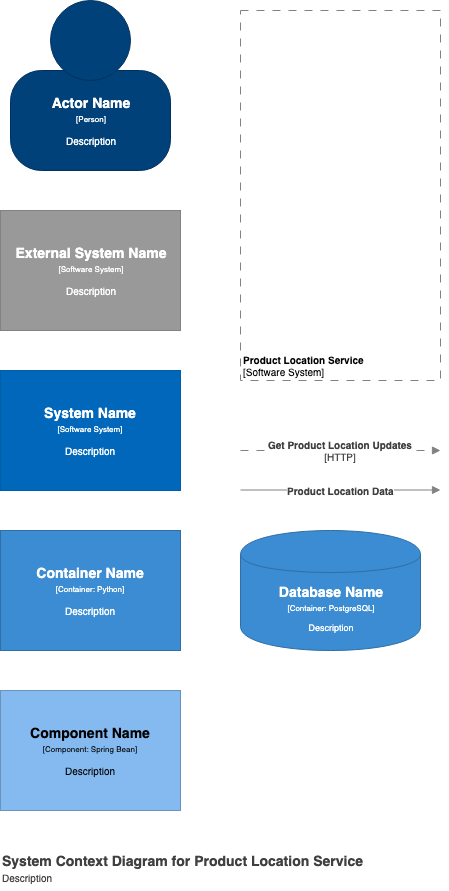
Before: C4.drawio.png, a diagram exported from draw.io (kaminzo/c4-draw.io). Source tidied: cells renumbered, new cells last; positions are measured from the earlier drawing's top-left corner, leaving out a move shared by most shapes.
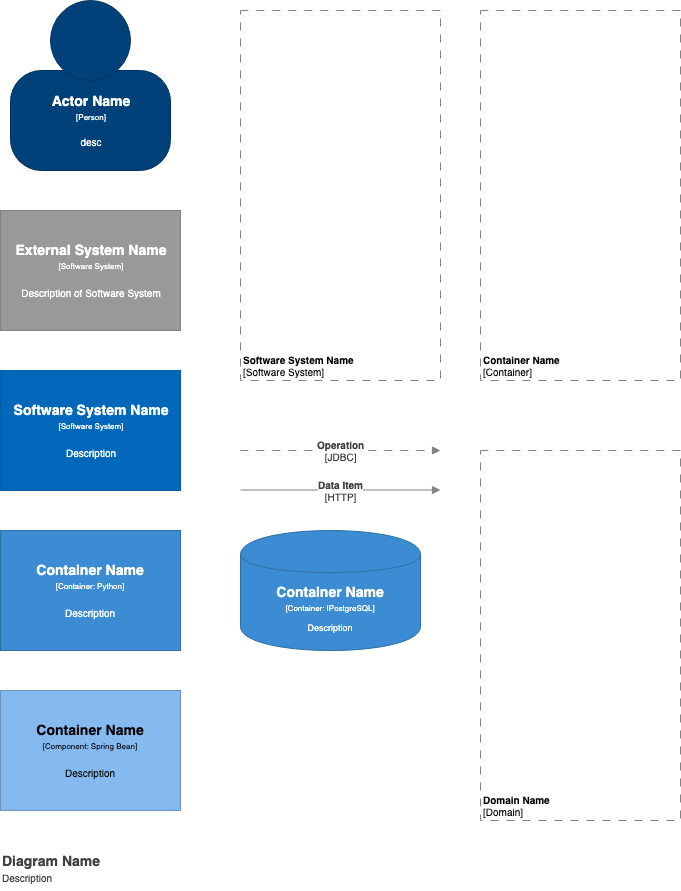
Above is the later version.

The edit, as a diff of the source:
```diff
@@ -2,47 +2,79 @@
   <root>
     <mxCell id="0" />
     <mxCell id="1" parent="0" />
-    <mxCell id="2" value="&lt;div&gt;&lt;span style=&quot;font-size: 14px&quot;&gt;&lt;b&gt;System Name&lt;/b&gt;&lt;/span&gt;&lt;/div&gt;&lt;div&gt;&lt;font style=&quot;font-size: 8px&quot;&gt;[Software System]&lt;/font&gt;&lt;/div&gt;&lt;div style=&quot;font-size: 8px&quot;&gt;&lt;font style=&quot;font-size: 8px ; line-height: 120%&quot;&gt;&lt;br&gt;&lt;/font&gt;&lt;/div&gt;&lt;div&gt;&lt;font size=&quot;1&quot;&gt;Description&lt;/font&gt;&lt;/div&gt;" style="rounded=0;whiteSpace=wrap;html=1;fillColor=#0067BA;fontColor=#FFFFFF;strokeColor=#005DA8;" parent="1" vertex="1">
-      <mxGeometry y="370" width="180" height="120" as="geometry" />
-    </mxCell>
-    <mxCell id="3" value="&lt;div&gt;&lt;span style=&quot;font-size: 14px&quot;&gt;&lt;b&gt;External System Name&lt;/b&gt;&lt;/span&gt;&lt;/div&gt;&lt;div&gt;&lt;font style=&quot;font-size: 8px&quot;&gt;[Software System]&lt;/font&gt;&lt;/div&gt;&lt;div style=&quot;font-size: 8px&quot;&gt;&lt;font style=&quot;font-size: 8px ; line-height: 120%&quot;&gt;&lt;br&gt;&lt;/font&gt;&lt;/div&gt;&lt;div&gt;&lt;font size=&quot;1&quot;&gt;Description&lt;/font&gt;&lt;/div&gt;" style="rounded=0;whiteSpace=wrap;html=1;fillColor=#999999;fontColor=#FFFFFF;strokeColor=#828282;" parent="1" vertex="1">
-      <mxGeometry y="210" width="180" height="120" as="geometry" />
-    </mxCell>
-    <mxCell id="4" value="&lt;div&gt;&lt;span style=&quot;font-size: 14px&quot;&gt;&lt;b&gt;Container Name&lt;/b&gt;&lt;/span&gt;&lt;/div&gt;&lt;div&gt;&lt;font style=&quot;font-size: 8px&quot;&gt;[Container: Python]&lt;/font&gt;&lt;/div&gt;&lt;div style=&quot;font-size: 8px&quot;&gt;&lt;font style=&quot;font-size: 8px ; line-height: 120%&quot;&gt;&lt;br&gt;&lt;/font&gt;&lt;/div&gt;&lt;div&gt;&lt;font size=&quot;1&quot;&gt;Description&lt;/font&gt;&lt;/div&gt;" style="rounded=0;whiteSpace=wrap;html=1;fillColor=#3B8CD2;fontColor=#FFFFFF;strokeColor=#2F6FA6;" parent="1" vertex="1">
-      <mxGeometry y="530" width="180" height="120" as="geometry" />
-    </mxCell>
-    <mxCell id="5" value="&lt;div&gt;&lt;span style=&quot;font-size: 14px&quot;&gt;&lt;b&gt;Component Name&lt;/b&gt;&lt;/span&gt;&lt;/div&gt;&lt;div&gt;&lt;font style=&quot;font-size: 8px&quot;&gt;[Component: Spring Bean]&lt;/font&gt;&lt;/div&gt;&lt;div style=&quot;font-size: 8px&quot;&gt;&lt;font style=&quot;font-size: 8px ; line-height: 120%&quot;&gt;&lt;br&gt;&lt;/font&gt;&lt;/div&gt;&lt;div&gt;&lt;font size=&quot;1&quot;&gt;Description&lt;/font&gt;&lt;/div&gt;" style="rounded=0;whiteSpace=wrap;html=1;fillColor=#85baf0;fontColor=#000000;strokeColor=#6992BD;" parent="1" vertex="1">
-      <mxGeometry y="690" width="180" height="120" as="geometry" />
-    </mxCell>
-    <mxCell id="6" style="group;" parent="1" vertex="1">
-      <mxGeometry x="10" width="160" height="170" as="geometry" />
-    </mxCell>
+    <object id="6" label="" instruction="edit data of the lower shape within the group" placeholders="1">
+      <mxCell style="group;" parent="1" vertex="1">
+        <mxGeometry x="10" width="160" height="170" as="geometry" />
+      </mxCell>
+    </object>
-    <mxCell id="7" value="&lt;div style=&quot;color: rgb(255 , 255 , 255) ; white-space: normal&quot;&gt;&lt;span style=&quot;font-size: 14px&quot;&gt;&lt;b&gt;Actor Name&lt;/b&gt;&lt;/span&gt;&lt;/div&gt;&lt;div style=&quot;color: rgb(255 , 255 , 255) ; white-space: normal&quot;&gt;&lt;font style=&quot;font-size: 8px&quot;&gt;[Person]&lt;/font&gt;&lt;/div&gt;&lt;div style=&quot;color: rgb(255 , 255 , 255) ; white-space: normal ; font-size: 8px&quot;&gt;&lt;font style=&quot;line-height: 9.6px&quot;&gt;&lt;br&gt;&lt;/font&gt;&lt;/div&gt;&lt;div style=&quot;color: rgb(255 , 255 , 255) ; white-space: normal&quot;&gt;&lt;font size=&quot;1&quot;&gt;Description&lt;/font&gt;&lt;/div&gt;" style="rounded=1;whiteSpace=wrap;html=1;strokeColor=#00315C;fillColor=#004179;fontColor=#000000;arcSize=31;" parent="6" vertex="1">
-      <mxGeometry y="70" width="160" height="100" as="geometry" />
-    </mxCell>
+    <object id="7" label="&lt;div style=&quot;color: rgb(255 , 255 , 255) ; white-space: normal&quot;&gt;&lt;span style=&quot;font-size: 14px&quot;&gt;&lt;b&gt;%name%&lt;/b&gt;&lt;/span&gt;&lt;/div&gt;&lt;div style=&quot;color: rgb(255 , 255 , 255) ; white-space: normal&quot;&gt;&lt;font style=&quot;font-size: 8px&quot;&gt;[Person]&lt;/font&gt;&lt;/div&gt;&lt;div style=&quot;color: rgb(255 , 255 , 255) ; white-space: normal ; font-size: 8px&quot;&gt;&lt;span style=&quot;font-size: x-small&quot;&gt;&lt;br&gt;&lt;/span&gt;&lt;/div&gt;&lt;div style=&quot;color: rgb(255 , 255 , 255) ; white-space: normal&quot;&gt;&lt;font size=&quot;1&quot;&gt;desc&lt;/font&gt;&lt;/div&gt;" description="Description" name="Actor Name" placeholders="1">
+      <mxCell style="rounded=1;whiteSpace=wrap;html=1;strokeColor=#00315C;fillColor=#004179;fontColor=#000000;arcSize=31;" parent="6" vertex="1">
+        <mxGeometry y="70" width="160" height="100" as="geometry" />
+      </mxCell>
+    </object>
     <mxCell id="8" style="ellipse;whiteSpace=wrap;html=1;strokeColor=#00315C;fillColor=#004179;fontColor=#000000;" parent="6" vertex="1">
       <mxGeometry x="40" width="80" height="80" as="geometry" />
     </mxCell>
-    <mxCell id="9" value="&lt;font style=&quot;font-size: 10px;&quot;&gt;&lt;b style=&quot;font-size: 10px;&quot;&gt;Product Location Service&lt;/b&gt;&lt;br style=&quot;font-size: 10px;&quot;&gt;[Software System]&lt;/font&gt;" style="rounded=0;whiteSpace=wrap;html=1;strokeColor=#828282;fillColor=none;fontColor=#000000;align=left;labelPosition=center;verticalLabelPosition=middle;verticalAlign=bottom;dashed=1;strokeWidth=1;perimeterSpacing=0;spacing=2;spacingTop=0;fontSize=10;dashPattern=8 8;" parent="1" vertex="1">
-      <mxGeometry x="240" y="10" width="200" height="370" as="geometry" />
-    </mxCell>
+    <object id="9" label="&lt;font style=&quot;font-size: 10px&quot;&gt;&lt;b&gt;%name%&lt;/b&gt;&lt;br style=&quot;font-size: 10px&quot;&gt;[Software System]&lt;/font&gt;" name="Software System Name" placeholders="1">
+      <mxCell style="rounded=0;whiteSpace=wrap;html=1;strokeColor=#828282;fillColor=none;fontColor=#000000;align=left;labelPosition=center;verticalLabelPosition=middle;verticalAlign=bottom;dashed=1;strokeWidth=1;perimeterSpacing=0;spacing=2;spacingTop=0;fontSize=10;dashPattern=8 8;" parent="1" vertex="1">
+        <mxGeometry x="240" y="10" width="200" height="370" as="geometry" />
+      </mxCell>
+    </object>
-    <mxCell id="10" value="&lt;div style=&quot;color: rgb(255 , 255 , 255) ; font-size: 12px ; white-space: normal&quot;&gt;&lt;b&gt;&lt;font style=&quot;font-size: 14px&quot;&gt;Database Name&lt;/font&gt;&lt;/b&gt;&lt;/div&gt;&lt;div style=&quot;color: rgb(255 , 255 , 255) ; font-size: 12px ; white-space: normal&quot;&gt;&lt;font style=&quot;font-size: 8px&quot;&gt;[Container: PostgreSQL]&lt;/font&gt;&lt;/div&gt;&lt;div style=&quot;color: rgb(255 , 255 , 255) ; white-space: normal ; font-size: 8px&quot;&gt;&lt;font style=&quot;line-height: 9.6px&quot;&gt;&lt;br&gt;&lt;/font&gt;&lt;/div&gt;&lt;div style=&quot;color: rgb(255 , 255 , 255) ; white-space: normal&quot;&gt;Description&lt;/div&gt;" style="shape=cylinder;whiteSpace=wrap;html=1;boundedLbl=1;backgroundOutline=1;strokeColor=#2F6FA6;strokeWidth=1;fillColor=#3B8CD2;fontSize=9;fontColor=#000000;align=center;" parent="1" vertex="1">
-      <mxGeometry x="240" y="530" width="180" height="120" as="geometry" />
-    </mxCell>
+    <object id="10" label="&lt;div style=&quot;color: rgb(255 , 255 , 255) ; white-space: normal&quot;&gt;&lt;span style=&quot;font-size: 14px&quot;&gt;&lt;b&gt;%name%&lt;/b&gt;&lt;/span&gt;&lt;/div&gt;&lt;div style=&quot;color: rgb(255 , 255 , 255) ; font-size: 12px ; white-space: normal&quot;&gt;&lt;font style=&quot;font-size: 8px&quot;&gt;[Container: %technology%]&lt;/font&gt;&lt;/div&gt;&lt;div style=&quot;color: rgb(255 , 255 , 255) ; white-space: normal ; font-size: 8px&quot;&gt;&lt;font style=&quot;line-height: 9.6px&quot;&gt;&lt;br&gt;&lt;/font&gt;&lt;/div&gt;&lt;div style=&quot;color: rgb(255 , 255 , 255) ; white-space: normal&quot;&gt;%description%&lt;/div&gt;" description="Description" name="Container Name" placeholders="1" technology="|PostgreSQL">
+      <mxCell style="shape=cylinder;whiteSpace=wrap;html=1;boundedLbl=1;backgroundOutline=1;strokeColor=#2F6FA6;strokeWidth=1;fillColor=#3B8CD2;fontSize=9;fontColor=#000000;align=center;" parent="1" vertex="1">
+        <mxGeometry x="240" y="530" width="180" height="120" as="geometry" />
+      </mxCell>
+    </object>
-    <mxCell id="11" value="&lt;b style=&quot;font-size: 10px;&quot;&gt;Get Product Location Updates&lt;/b&gt;&lt;br style=&quot;font-size: 10px;&quot;&gt;[HTTP]" style="endArrow=block;html=1;fontSize=10;fontColor=#404040;strokeWidth=1;endFill=1;dashed=1;dashPattern=8 8;strokeColor=#828282;elbow=vertical;" parent="1" edge="1">
-      <mxGeometry relative="1" as="geometry">
-        <mxPoint x="240" y="450" as="sourcePoint" />
-        <mxPoint x="440" y="450" as="targetPoint" />
-      </mxGeometry>
-    </mxCell>
+    <object id="11" label="&lt;b&gt;%name%&lt;/b&gt;&lt;br style=&quot;font-size: 10px&quot;&gt;[%technology%]" name="Operation" placeholders="1" technology="JDBC">
+      <mxCell style="endArrow=block;html=1;fontSize=10;fontColor=#404040;strokeWidth=1;endFill=1;dashed=1;dashPattern=8 8;strokeColor=#828282;elbow=vertical;" parent="1" edge="1">
+        <mxGeometry relative="1" as="geometry">
+          <mxPoint x="240" y="450" as="sourcePoint" />
+          <mxPoint x="440" y="450" as="targetPoint" />
+        </mxGeometry>
+      </mxCell>
+    </object>
-    <mxCell id="12" value="&lt;b style=&quot;font-size: 10px&quot;&gt;Product Location Data&lt;/b&gt;" style="endArrow=block;html=1;fontSize=10;fontColor=#404040;strokeWidth=1;endFill=1;strokeColor=#828282;elbow=vertical;" parent="1" edge="1">
-      <mxGeometry relative="1" as="geometry">
-        <mxPoint x="240" y="489.5" as="sourcePoint" />
-        <mxPoint x="440" y="489.5" as="targetPoint" />
-      </mxGeometry>
-    </mxCell>
+    <object id="12" label="&lt;span style=&quot;font-size: 10px&quot;&gt;&lt;b&gt;%name%&lt;/b&gt;&lt;br&gt;[%technology%]&lt;br&gt;&lt;/span&gt;" name="Data Item" placeholders="1" technology="HTTP">
+      <mxCell style="endArrow=block;html=1;fontSize=10;fontColor=#404040;strokeWidth=1;endFill=1;strokeColor=#828282;elbow=vertical;" parent="1" edge="1">
+        <mxGeometry relative="1" as="geometry">
+          <mxPoint x="240" y="489.5" as="sourcePoint" />
+          <mxPoint x="440" y="489.5" as="targetPoint" />
+        </mxGeometry>
+      </mxCell>
+    </object>
-    <mxCell id="13" value="System Context Diagram for Product Location Service&lt;br style=&quot;font-size: 10px&quot;&gt;&lt;font size=&quot;1&quot; style=&quot;font-weight: normal&quot;&gt;Description&lt;/font&gt;" style="text;html=1;align=left;verticalAlign=top;spacingTop=-4;fontSize=14;fontColor=#404040;fontStyle=1;" parent="1" vertex="1">
-      <mxGeometry y="850" width="350" height="40" as="geometry" />
-    </mxCell>
+    <object id="13" label="%name%&lt;br style=&quot;font-size: 10px&quot;&gt;&lt;font size=&quot;1&quot;&gt;&lt;span style=&quot;font-weight: 400&quot;&gt;%description%&lt;/span&gt;&lt;/font&gt;" description="Description" name="Diagram Name" placeholders="1">
+      <mxCell style="text;html=1;align=left;verticalAlign=top;spacingTop=-4;fontSize=14;fontColor=#404040;fontStyle=1;" parent="1" vertex="1">
+        <mxGeometry y="850" width="110" height="40" as="geometry" />
+      </mxCell>
+    </object>
+    <object id="14" label="&lt;div&gt;&lt;span style=&quot;font-size: 14px&quot;&gt;&lt;b&gt;%name%&lt;/b&gt;&lt;/span&gt;&lt;/div&gt;&lt;div&gt;&lt;span style=&quot;font-size: 8px&quot;&gt;[Software System&lt;/span&gt;&lt;span style=&quot;font-size: 8px&quot;&gt;]&lt;/span&gt;&lt;/div&gt;&lt;div&gt;&lt;span style=&quot;font-size: 8px&quot;&gt;&lt;br&gt;&lt;/span&gt;&lt;/div&gt;&lt;div&gt;&lt;font size=&quot;1&quot;&gt;%description%&lt;/font&gt;&lt;/div&gt;" description="Description of Software System" name="External System Name" placeholders="1">
+      <mxCell style="rounded=0;whiteSpace=wrap;html=1;fillColor=#999999;fontColor=#FFFFFF;strokeColor=#828282;" parent="1" vertex="1">
+        <mxGeometry y="210" width="180" height="120" as="geometry" />
+      </mxCell>
+    </object>
+    <object id="15" label="&lt;div&gt;&lt;span style=&quot;font-size: 14px&quot;&gt;&lt;b&gt;%name%&lt;/b&gt;&lt;/span&gt;&lt;/div&gt;&lt;div&gt;&lt;span style=&quot;font-size: 8px&quot;&gt;[Software System]&lt;/span&gt;&lt;/div&gt;&lt;div&gt;&lt;span style=&quot;font-size: 8px&quot;&gt;&lt;br&gt;&lt;/span&gt;&lt;/div&gt;&lt;div&gt;&lt;font size=&quot;1&quot;&gt;%description%&lt;/font&gt;&lt;/div&gt;" description="Description" name="Software System Name" placeholders="1">
+      <mxCell style="rounded=0;whiteSpace=wrap;html=1;fillColor=#0067BA;fontColor=#FFFFFF;strokeColor=#005DA8;" parent="1" vertex="1">
+        <mxGeometry y="370" width="180" height="120" as="geometry" />
+      </mxCell>
+    </object>
+    <object id="16" label="&lt;div&gt;&lt;span style=&quot;font-size: 14px&quot;&gt;&lt;b&gt;%name%&lt;/b&gt;&lt;/span&gt;&lt;/div&gt;&lt;div&gt;&lt;span style=&quot;font-size: 8px&quot;&gt;[Container: %technology%]&lt;/span&gt;&lt;/div&gt;&lt;div&gt;&lt;span style=&quot;font-size: 8px&quot;&gt;&lt;br&gt;&lt;/span&gt;&lt;/div&gt;&lt;div&gt;&lt;font size=&quot;1&quot;&gt;%description%&lt;/font&gt;&lt;/div&gt;" description="Description" name="Container Name" placeholders="1" technology="Python">
+      <mxCell style="rounded=0;whiteSpace=wrap;html=1;fillColor=#3B8CD2;fontColor=#FFFFFF;strokeColor=#2F6FA6;" parent="1" vertex="1">
+        <mxGeometry y="530" width="180" height="120" as="geometry" />
+      </mxCell>
+    </object>
+    <object id="17" label="&lt;div&gt;&lt;span style=&quot;font-size: 14px&quot;&gt;&lt;b&gt;%name%&lt;/b&gt;&lt;/span&gt;&lt;/div&gt;&lt;div&gt;&lt;span style=&quot;font-size: 8px&quot;&gt;[Component: %technology%]&lt;/span&gt;&lt;/div&gt;&lt;div&gt;&lt;span style=&quot;font-size: 8px&quot;&gt;&lt;br&gt;&lt;/span&gt;&lt;/div&gt;&lt;div&gt;&lt;font size=&quot;1&quot;&gt;%description%&lt;/font&gt;&lt;/div&gt;" description="Description" name="Container Name" placeholders="1" technology="Spring Bean">
+      <mxCell style="rounded=0;whiteSpace=wrap;html=1;fillColor=#85baf0;fontColor=#000000;strokeColor=#6992BD;" parent="1" vertex="1">
+        <mxGeometry y="690" width="180" height="120" as="geometry" />
+      </mxCell>
+    </object>
+    <object id="18" label="&lt;font style=&quot;font-size: 10px&quot;&gt;&lt;b&gt;%name%&lt;/b&gt;&lt;br style=&quot;font-size: 10px&quot;&gt;[Container]&lt;/font&gt;" name="Container Name" placeholders="1">
+      <mxCell style="rounded=0;whiteSpace=wrap;html=1;strokeColor=#828282;fillColor=none;fontColor=#000000;align=left;labelPosition=center;verticalLabelPosition=middle;verticalAlign=bottom;dashed=1;strokeWidth=1;perimeterSpacing=0;spacing=2;spacingTop=0;fontSize=10;dashPattern=8 8;" parent="1" vertex="1">
+        <mxGeometry x="480" y="10" width="200" height="370" as="geometry" />
+      </mxCell>
+    </object>
+    <object id="19" label="&lt;font style=&quot;font-size: 10px&quot;&gt;&lt;b&gt;%name%&lt;/b&gt;&lt;br style=&quot;font-size: 10px&quot;&gt;[Domain]&lt;/font&gt;" name="Domain Name" placeholders="1">
+      <mxCell style="rounded=0;whiteSpace=wrap;html=1;strokeColor=#828282;fillColor=none;fontColor=#000000;align=left;labelPosition=center;verticalLabelPosition=middle;verticalAlign=bottom;dashed=1;strokeWidth=1;perimeterSpacing=0;spacing=2;spacingTop=0;fontSize=10;dashPattern=8 8;" parent="1" vertex="1">
+        <mxGeometry x="480" y="450" width="200" height="370" as="geometry" />
+      </mxCell>
+    </object>
   </root>
 </mxGraphModel>
```
